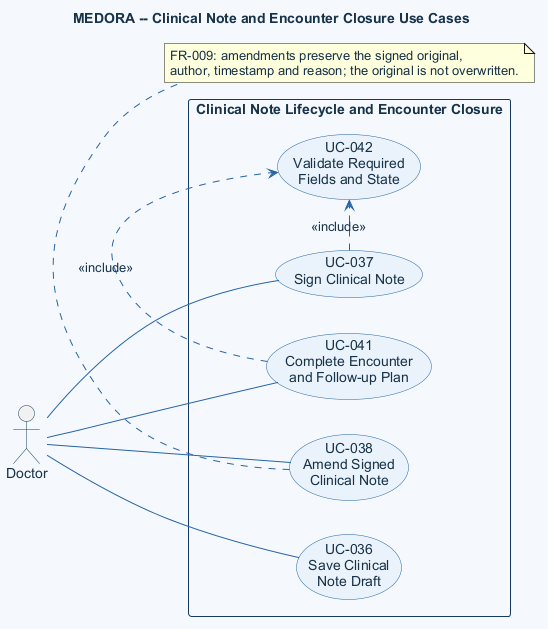
The PlantUML diagram doc/asset/03-system-requirements/use-case-by-function/medical-examination/figure/clinical-note-lifecycle.png in DucDung-1107/SysDes_2026.1_Group_08, before a commit. The source it was exported from:
```plantuml
@startuml
title MEDORA -- Clinical Note and Encounter Closure Use Cases
left to right direction
skinparam shadowing false
skinparam defaultFontName Arial
skinparam defaultFontColor #183247
skinparam backgroundColor #F5F9FE
skinparam ArrowColor #2563A6
skinparam UsecaseBackgroundColor #EAF3FB
skinparam UsecaseBorderColor #2563A6
skinparam UsecaseFontColor #183247
skinparam ActorBorderColor #163A5F
skinparam ActorFontColor #183247
skinparam RectangleBackgroundColor #F5F9FE
skinparam RectangleBorderColor #163A5F

actor Doctor as doctor

rectangle "Clinical Note Lifecycle and Encounter Closure" {
  usecase "UC-036\nSave Clinical\nNote Draft" as draft
  usecase "UC-037\nSign Clinical Note" as sign
  usecase "UC-038\nAmend Signed\nClinical Note" as amend
  usecase "UC-041\nComplete Encounter\nand Follow-up Plan" as close
  usecase "UC-042\nValidate Required\nFields and State" as validate
}

doctor -- draft
doctor -- sign
doctor -- amend
doctor -- close

sign .> validate : <<include>>
close .> validate : <<include>>

note bottom of amend
  FR-009: amendments preserve the signed original,
  author, timestamp and reason; the original is not overwritten.
end note
@enduml
```
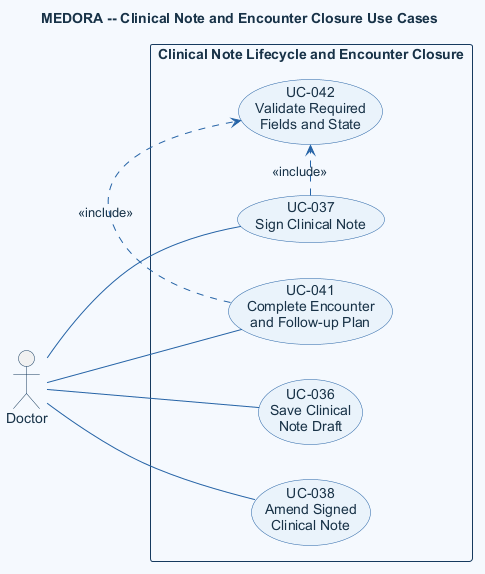
The same file after the commit.

The edit, as a diff of the source:
```diff
@@ -32,8 +32,4 @@
 sign .> validate : <<include>>
 close .> validate : <<include>>
 
-note bottom of amend
-  FR-009: amendments preserve the signed original,
-  author, timestamp and reason; the original is not overwritten.
-end note
 @enduml
```
